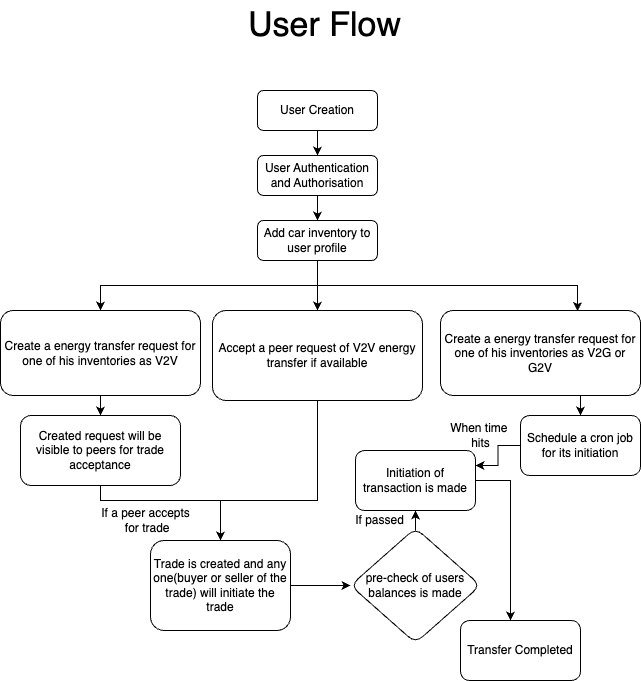
The draw.io diagram Untitled Diagram.drawio.png in Uday003/ejtos-react_budget_app, before a commit. Source tidied: cells renumbered, new cells last; positions are measured from the earlier drawing's top-left corner, leaving out a move shared by most shapes.
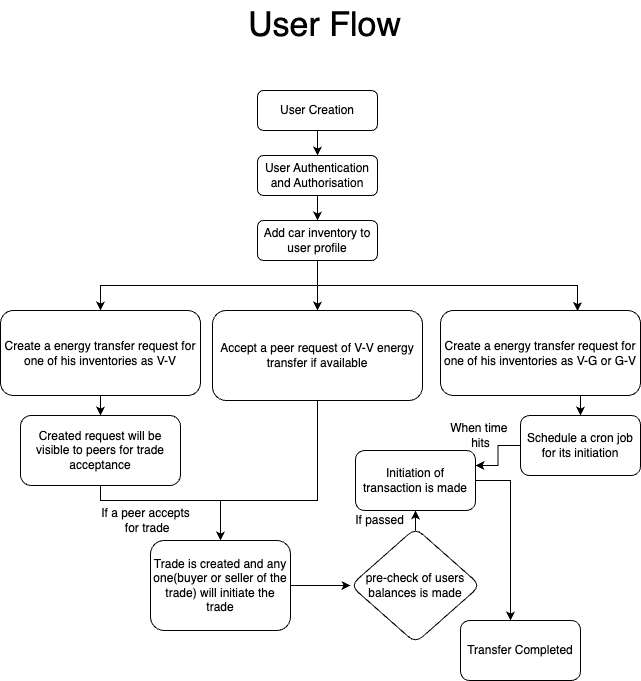
After the commit.

Change to the diagram source:
```diff
@@ -23,13 +23,13 @@
     <mxCell id="8" style="edgeStyle=orthogonalEdgeStyle;rounded=0;jettySize=auto;html=1;" parent="1" edge="1" source="9" target="18">
       <mxGeometry relative="1" as="geometry" />
     </mxCell>
-    <mxCell id="9" value="Create a energy transfer request for one of his inventories as V2V" style="rounded=1;whiteSpace=wrap;html=1;fontSize=12;glass=0;strokeWidth=1;shadow=0;" parent="1" vertex="1">
+    <mxCell id="9" value="Create a energy transfer request for one of his inventories as V-V" style="rounded=1;whiteSpace=wrap;html=1;fontSize=12;glass=0;strokeWidth=1;shadow=0;" parent="1" vertex="1">
       <mxGeometry y="310" width="200" height="85" as="geometry" />
     </mxCell>
     <mxCell id="10" style="edgeStyle=orthogonalEdgeStyle;rounded=0;jettySize=auto;html=1;exitX=0.75;exitY=1;exitDx=0;exitDy=0;entryX=0.5;entryY=0;entryDx=0;entryDy=0;" parent="1" edge="1" source="11" target="29">
       <mxGeometry relative="1" as="geometry" />
     </mxCell>
-    <mxCell id="11" value="Create a energy transfer request for one of his inventories as V2G or G2V" style="rounded=1;whiteSpace=wrap;html=1;fontSize=12;glass=0;strokeWidth=1;shadow=0;" parent="1" vertex="1">
+    <mxCell id="11" value="Create a energy transfer request for one of his inventories as V-G or G-V" style="rounded=1;whiteSpace=wrap;html=1;fontSize=12;glass=0;strokeWidth=1;shadow=0;" parent="1" vertex="1">
       <mxGeometry x="440" y="310" width="200" height="85" as="geometry" />
     </mxCell>
     <mxCell id="12" style="edgeStyle=orthogonalEdgeStyle;rounded=0;jettySize=auto;html=1;exitX=0.5;exitY=1;exitDx=0;exitDy=0;entryX=0.5;entryY=0;entryDx=0;entryDy=0;" parent="1" edge="1" source="13" target="4">
@@ -49,7 +49,7 @@
         </Array>
       </mxGeometry>
     </mxCell>
-    <mxCell id="16" value="Accept a peer request of V2V energy transfer if available" style="rounded=1;whiteSpace=wrap;html=1;fontSize=12;glass=0;strokeWidth=1;shadow=0;" parent="1" vertex="1">
+    <mxCell id="16" value="Accept a peer request of V-V energy transfer if available" style="rounded=1;whiteSpace=wrap;html=1;fontSize=12;glass=0;strokeWidth=1;shadow=0;" parent="1" vertex="1">
       <mxGeometry x="212" y="310" width="210" height="90" as="geometry" />
     </mxCell>
     <mxCell id="17" style="edgeStyle=orthogonalEdgeStyle;rounded=0;jettySize=auto;html=1;" parent="1" edge="1" source="18" target="20">
```
